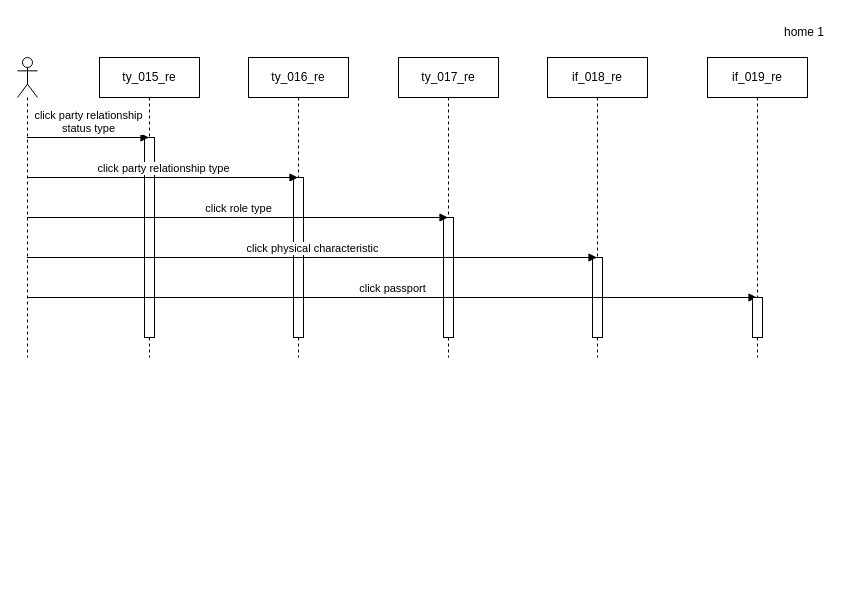
Before: page "4 home4" (5 of 37) of docs/artifact/AllPage/drawio_file/sequence_diagram_page.drawio in ssszZ-TH/party_fullstack_docker3, a draw.io diagram. Source tidied: cells renumbered, new cells numbered last; positions are measured from the earlier drawing's top-left corner, leaving out a move shared by most shapes. Both pictures are drawn from the tidied source at 100%, with x=0, y=0 at pixel (17, 17).
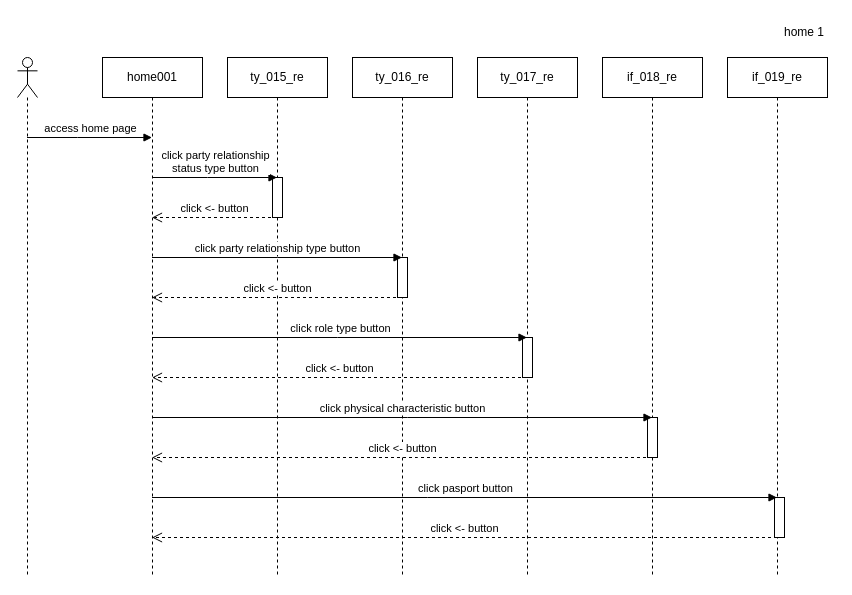
Above is the later version.

Commit message (it also covers changes not shown here):
docs seq page diagram fin in drawio

What changed in the source:
```diff
@@
-    <mxCell id="0" />
-    <mxCell id="1" parent="0" />
+    <mxCell id="19" />
+    <mxCell id="20" parent="19" />
+    <mxCell id="21" value="home001" style="shape=umlLifeline;perimeter=lifelinePerimeter;whiteSpace=wrap;html=1;outlineConnect=0;portConstraint=eastwest;newEdgeStyle={&quot;curved&quot;:0,&quot;rounded&quot;:0};" parent="20" vertex="1">
+      <mxGeometry x="85" y="40" width="100" height="520" as="geometry" />
+    </mxCell>
+    <mxCell id="22" style="shape=umlLifeline;perimeter=lifelinePerimeter;whiteSpace=wrap;html=1;outlineConnect=0;portConstraint=eastwest;newEdgeStyle={&quot;curved&quot;:0,&quot;rounded&quot;:0};participant=umlActor;" parent="20" vertex="1">
+      <mxGeometry y="40" width="20" height="520" as="geometry" />
+    </mxCell>
+    <mxCell id="5" value="ty_016_re" style="shape=umlLifeline;perimeter=lifelinePerimeter;whiteSpace=wrap;html=1;outlineConnect=0;portConstraint=eastwest;newEdgeStyle={&quot;curved&quot;:0,&quot;rounded&quot;:0};" parent="20" vertex="1">
+      <mxGeometry x="335" y="40" width="100" height="520" as="geometry" />
+    </mxCell>
+    <mxCell id="23" style="html=1;perimeter=orthogonalPerimeter;targetShapes=umlLifeline;newEdgeStyle={&quot;curved&quot;:0,&quot;rounded&quot;:0};" parent="5" vertex="1">
+      <mxGeometry x="45" y="200" width="10" height="40" as="geometry" />
+    </mxCell>
+    <mxCell id="7" value="ty_017_re" style="shape=umlLifeline;perimeter=lifelinePerimeter;whiteSpace=wrap;html=1;outlineConnect=0;portConstraint=eastwest;newEdgeStyle={&quot;curved&quot;:0,&quot;rounded&quot;:0};" parent="20" vertex="1">
+      <mxGeometry x="460" y="40" width="100" height="520" as="geometry" />
+    </mxCell>
+    <mxCell id="24" style="html=1;perimeter=orthogonalPerimeter;targetShapes=umlLifeline;newEdgeStyle={&quot;curved&quot;:0,&quot;rounded&quot;:0};" parent="7" vertex="1">
+      <mxGeometry x="45" y="280" width="10" height="40" as="geometry" />
+    </mxCell>
+    <mxCell id="9" value="if_018_re" style="shape=umlLifeline;perimeter=lifelinePerimeter;whiteSpace=wrap;html=1;outlineConnect=0;portConstraint=eastwest;newEdgeStyle={&quot;curved&quot;:0,&quot;rounded&quot;:0};" parent="20" vertex="1">
+      <mxGeometry x="585" y="40" width="100" height="520" as="geometry" />
+    </mxCell>
+    <mxCell id="25" style="html=1;perimeter=orthogonalPerimeter;targetShapes=umlLifeline;newEdgeStyle={&quot;curved&quot;:0,&quot;rounded&quot;:0};" parent="9" vertex="1">
+      <mxGeometry x="45" y="360" width="10" height="40" as="geometry" />
+    </mxCell>
+    <mxCell id="11" value="if_019_re" style="shape=umlLifeline;perimeter=lifelinePerimeter;whiteSpace=wrap;html=1;outlineConnect=0;portConstraint=eastwest;newEdgeStyle={&quot;curved&quot;:0,&quot;rounded&quot;:0};" parent="20" vertex="1">
+      <mxGeometry x="710" y="40" width="100" height="520" as="geometry" />
+    </mxCell>
+    <mxCell id="26" style="html=1;perimeter=orthogonalPerimeter;targetShapes=umlLifeline;newEdgeStyle={&quot;curved&quot;:0,&quot;rounded&quot;:0};" parent="11" vertex="1">
+      <mxGeometry x="47" y="440" width="10" height="40" as="geometry" />
+    </mxCell>
+    <mxCell id="12" value="home 1" style="text;html=1;align=center;verticalAlign=middle;whiteSpace=wrap;rounded=0;" parent="20" vertex="1">
+      <mxGeometry x="757" width="60" height="30" as="geometry" />
+    </mxCell>
-    <mxCell id="2" value="ty_015_re" style="shape=umlLifeline;perimeter=lifelinePerimeter;whiteSpace=wrap;html=1;outlineConnect=0;portConstraint=eastwest;newEdgeStyle={&quot;curved&quot;:0,&quot;rounded&quot;:0};" parent="1" vertex="1">
-      <mxGeometry x="82" y="40" width="100" height="300" as="geometry" />
+    <mxCell id="2" value="ty_015_re" style="shape=umlLifeline;perimeter=lifelinePerimeter;whiteSpace=wrap;html=1;outlineConnect=0;portConstraint=eastwest;newEdgeStyle={&quot;curved&quot;:0,&quot;rounded&quot;:0};" parent="20" vertex="1">
+      <mxGeometry x="210" y="40" width="100" height="520" as="geometry" />
     </mxCell>
-    <mxCell id="3" style="html=1;perimeter=orthogonalPerimeter;targetShapes=umlLifeline;newEdgeStyle={&quot;curved&quot;:0,&quot;rounded&quot;:0};" parent="2" vertex="1">
-      <mxGeometry x="45" y="80" width="10" height="200" as="geometry" />
-    </mxCell>
-    <mxCell id="4" style="shape=umlLifeline;perimeter=lifelinePerimeter;whiteSpace=wrap;html=1;outlineConnect=0;portConstraint=eastwest;newEdgeStyle={&quot;curved&quot;:0,&quot;rounded&quot;:0};participant=umlActor;" parent="1" vertex="1">
-      <mxGeometry y="40" width="20" height="300" as="geometry" />
-    </mxCell>
-    <mxCell id="5" value="ty_016_re" style="shape=umlLifeline;perimeter=lifelinePerimeter;whiteSpace=wrap;html=1;outlineConnect=0;portConstraint=eastwest;newEdgeStyle={&quot;curved&quot;:0,&quot;rounded&quot;:0};" parent="1" vertex="1">
-      <mxGeometry x="231" y="40" width="100" height="300" as="geometry" />
-    </mxCell>
-    <mxCell id="6" style="html=1;perimeter=orthogonalPerimeter;targetShapes=umlLifeline;newEdgeStyle={&quot;curved&quot;:0,&quot;rounded&quot;:0};" parent="5" vertex="1">
-      <mxGeometry x="45" y="120" width="10" height="160" as="geometry" />
-    </mxCell>
-    <mxCell id="7" value="ty_017_re" style="shape=umlLifeline;perimeter=lifelinePerimeter;whiteSpace=wrap;html=1;outlineConnect=0;portConstraint=eastwest;newEdgeStyle={&quot;curved&quot;:0,&quot;rounded&quot;:0};" parent="1" vertex="1">
-      <mxGeometry x="381" y="40" width="100" height="300" as="geometry" />
-    </mxCell>
-    <mxCell id="8" style="html=1;perimeter=orthogonalPerimeter;targetShapes=umlLifeline;newEdgeStyle={&quot;curved&quot;:0,&quot;rounded&quot;:0};" parent="7" vertex="1">
-      <mxGeometry x="45" y="160" width="10" height="120" as="geometry" />
-    </mxCell>
-    <mxCell id="9" value="if_018_re" style="shape=umlLifeline;perimeter=lifelinePerimeter;whiteSpace=wrap;html=1;outlineConnect=0;portConstraint=eastwest;newEdgeStyle={&quot;curved&quot;:0,&quot;rounded&quot;:0};" parent="1" vertex="1">
-      <mxGeometry x="530" y="40" width="100" height="300" as="geometry" />
-    </mxCell>
-    <mxCell id="10" style="html=1;perimeter=orthogonalPerimeter;targetShapes=umlLifeline;newEdgeStyle={&quot;curved&quot;:0,&quot;rounded&quot;:0};" parent="9" vertex="1">
-      <mxGeometry x="45" y="200" width="10" height="80" as="geometry" />
-    </mxCell>
-    <mxCell id="11" value="if_019_re" style="shape=umlLifeline;perimeter=lifelinePerimeter;whiteSpace=wrap;html=1;outlineConnect=0;portConstraint=eastwest;newEdgeStyle={&quot;curved&quot;:0,&quot;rounded&quot;:0};" parent="1" vertex="1">
-      <mxGeometry x="690" y="40" width="100" height="300" as="geometry" />
-    </mxCell>
-    <mxCell id="12" value="home 1" style="text;html=1;align=center;verticalAlign=middle;whiteSpace=wrap;rounded=0;" parent="1" vertex="1">
-      <mxGeometry x="757" width="60" height="30" as="geometry" />
-    </mxCell>
-    <mxCell id="13" value="click party relationship&lt;div&gt;status type&lt;/div&gt;" style="html=1;verticalAlign=bottom;endArrow=block;curved=0;rounded=0;" parent="1" edge="1" source="4" target="2">
-      <mxGeometry relative="1" as="geometry">
-        <Array as="points">
-          <mxPoint x="80" y="120" />
-        </Array>
-      </mxGeometry>
-    </mxCell>
-    <mxCell id="14" value="click party relationship type" style="html=1;verticalAlign=bottom;endArrow=block;curved=0;rounded=0;" parent="1" edge="1" source="4" target="5">
-      <mxGeometry relative="1" as="geometry">
-        <Array as="points">
-          <mxPoint x="111" y="160" />
-        </Array>
-      </mxGeometry>
-    </mxCell>
-    <mxCell id="15" value="click role type" style="html=1;verticalAlign=bottom;endArrow=block;curved=0;rounded=0;" parent="1" edge="1" source="4" target="7">
-      <mxGeometry relative="1" as="geometry">
-        <Array as="points">
-          <mxPoint x="220" y="200" />
-        </Array>
-      </mxGeometry>
-    </mxCell>
-    <mxCell id="16" value="click physical characteristic" style="html=1;verticalAlign=bottom;endArrow=block;curved=0;rounded=0;" parent="1" edge="1" source="4" target="9">
-      <mxGeometry relative="1" as="geometry">
-        <Array as="points">
-          <mxPoint x="300" y="240" />
-        </Array>
-      </mxGeometry>
-    </mxCell>
-    <mxCell id="17" value="click passport" style="html=1;verticalAlign=bottom;endArrow=block;curved=0;rounded=0;" parent="1" edge="1" source="4" target="11">
-      <mxGeometry relative="1" as="geometry">
-        <Array as="points">
-          <mxPoint x="370" y="280" />
-        </Array>
-      </mxGeometry>
-    </mxCell>
-    <mxCell id="18" style="html=1;perimeter=orthogonalPerimeter;targetShapes=umlLifeline;newEdgeStyle={&quot;curved&quot;:0,&quot;rounded&quot;:0};" parent="1" vertex="1">
-      <mxGeometry x="735" y="280" width="10" height="40" as="geometry" />
-    </mxCell>
+    <mxCell id="27" style="html=1;perimeter=orthogonalPerimeter;targetShapes=umlLifeline;newEdgeStyle={&quot;curved&quot;:0,&quot;rounded&quot;:0};" parent="2" vertex="1">
+      <mxGeometry x="45" y="120" width="10" height="40" as="geometry" />
+    </mxCell>
+    <mxCell id="28" value="access home page" style="html=1;verticalAlign=bottom;endArrow=block;curved=0;rounded=0;" parent="20" edge="1" source="22" target="21">
+      <mxGeometry relative="1" as="geometry">
+        <Array as="points">
+          <mxPoint x="60" y="120" />
+        </Array>
+      </mxGeometry>
+    </mxCell>
+    <mxCell id="29" value="click party relationship&lt;div&gt;status type button&lt;/div&gt;" style="html=1;verticalAlign=bottom;endArrow=block;curved=0;rounded=0;" parent="20" edge="1" source="21" target="2">
+      <mxGeometry relative="1" as="geometry">
+        <Array as="points">
+          <mxPoint x="190" y="160" />
+        </Array>
+      </mxGeometry>
+    </mxCell>
+    <mxCell id="30" value="click &amp;lt;- button" style="html=1;verticalAlign=bottom;endArrow=open;dashed=1;endSize=8;curved=0;rounded=0;" parent="20" edge="1" source="2" target="21">
+      <mxGeometry relative="1" as="geometry">
+        <Array as="points">
+          <mxPoint x="200" y="200" />
+        </Array>
+      </mxGeometry>
+    </mxCell>
+    <mxCell id="31" value="click party relationship type button" style="html=1;verticalAlign=bottom;endArrow=block;curved=0;rounded=0;" parent="20" edge="1" source="21" target="5">
+      <mxGeometry relative="1" as="geometry">
+        <Array as="points">
+          <mxPoint x="260" y="240" />
+        </Array>
+      </mxGeometry>
+    </mxCell>
+    <mxCell id="32" value="click &amp;lt;- button" style="html=1;verticalAlign=bottom;endArrow=open;dashed=1;endSize=8;curved=0;rounded=0;" parent="20" edge="1" source="5" target="21">
+      <mxGeometry relative="1" as="geometry">
+        <Array as="points">
+          <mxPoint x="270" y="280" />
+        </Array>
+      </mxGeometry>
+    </mxCell>
+    <mxCell id="33" value="click role type button" style="html=1;verticalAlign=bottom;endArrow=block;curved=0;rounded=0;" parent="20" edge="1" source="21" target="7">
+      <mxGeometry relative="1" as="geometry">
+        <Array as="points">
+          <mxPoint x="320" y="320" />
+        </Array>
+      </mxGeometry>
+    </mxCell>
+    <mxCell id="34" value="click &amp;lt;- button" style="html=1;verticalAlign=bottom;endArrow=open;dashed=1;endSize=8;curved=0;rounded=0;" parent="20" edge="1" source="7" target="21">
+      <mxGeometry relative="1" as="geometry">
+        <Array as="points">
+          <mxPoint x="330" y="360" />
+        </Array>
+      </mxGeometry>
+    </mxCell>
+    <mxCell id="35" value="click physical characteristic button" style="html=1;verticalAlign=bottom;endArrow=block;curved=0;rounded=0;" parent="20" edge="1" source="21" target="9">
+      <mxGeometry relative="1" as="geometry">
+        <Array as="points">
+          <mxPoint x="390" y="400" />
+        </Array>
+      </mxGeometry>
+    </mxCell>
+    <mxCell id="36" value="click &amp;lt;- button" style="html=1;verticalAlign=bottom;endArrow=open;dashed=1;endSize=8;curved=0;rounded=0;" parent="20" edge="1" source="9" target="21">
+      <mxGeometry relative="1" as="geometry">
+        <Array as="points">
+          <mxPoint x="400" y="440" />
+        </Array>
+      </mxGeometry>
+    </mxCell>
+    <mxCell id="37" value="click pasport button" style="html=1;verticalAlign=bottom;endArrow=block;curved=0;rounded=0;" parent="20" edge="1" source="21" target="11">
+      <mxGeometry relative="1" as="geometry">
+        <Array as="points">
+          <mxPoint x="410" y="480" />
+        </Array>
+      </mxGeometry>
+    </mxCell>
+    <mxCell id="38" value="click &amp;lt;- button" style="html=1;verticalAlign=bottom;endArrow=open;dashed=1;endSize=8;curved=0;rounded=0;" parent="20" edge="1" source="11" target="21">
+      <mxGeometry relative="1" as="geometry">
+        <Array as="points">
+          <mxPoint x="480" y="520" />
+        </Array>
+      </mxGeometry>
+    </mxCell>
```
